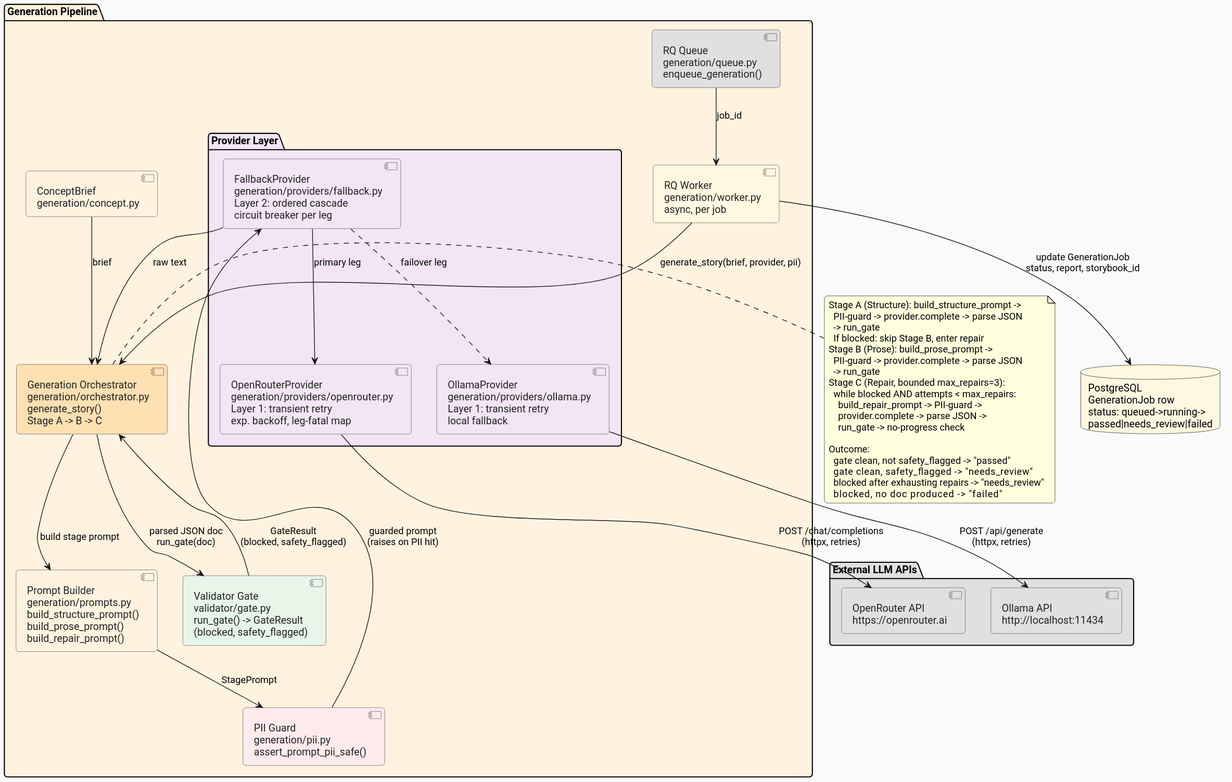
The PlantUML diagram docs/architecture/diagrams/component-generation.svg in ByronWilliamsCPA/cyo-adventure, before a commit. The source it was exported from:
```plantuml
@startuml

skinparam defaultFontName "Roboto"
skinparam backgroundColor #FAFAFA
skinparam roundCorner 8
skinparam componentStyle uml2

skinparam component {
  BorderColor #555555
  FontColor #222222
}

package "Generation Pipeline" #FFF3E0 {

  component "ConceptBrief\ngeneration/concept.py" as concept #FFF3E0

  component "PII Guard\ngeneration/pii.py\nassert_prompt_pii_safe()" as pii #FFEBEE

  component "Prompt Builder\ngeneration/prompts.py\nbuild_structure_prompt()\nbuild_prose_prompt()\nbuild_repair_prompt()" as prompts #FFF3E0

  component "Generation Orchestrator\ngeneration/orchestrator.py\ngenerate_story()\nStage A -> B -> C" as orchestrator #FFE0B2

  package "Provider Layer" #F3E5F5 {
    component "FallbackProvider\ngeneration/providers/fallback.py\nLayer 2: ordered cascade\ncircuit breaker per leg" as fallback #F3E5F5

    component "OpenRouterProvider\ngeneration/providers/openrouter.py\nLayer 1: transient retry\nexp. backoff, leg-fatal map" as openrouter #F3E5F5

    component "OllamaProvider\ngeneration/providers/ollama.py\nLayer 1: transient retry\nlocal fallback" as ollama_prov #F3E5F5
  }

  component "Validator Gate\nvalidator/gate.py\nrun_gate() -> GateResult\n(blocked, safety_flagged)" as gate #E8F5E9

  component "RQ Queue\ngeneration/queue.py\nenqueue_generation()" as queue #E0E0E0

  component "RQ Worker\ngeneration/worker.py\nasync, per job" as worker_comp #FFF8E1

}

package "External LLM APIs" #E0E0E0 {
  component "OpenRouter API\nhttps://openrouter.ai" as or_api #E0E0E0
  component "Ollama API\nhttp://localhost:11434" as ol_api #E0E0E0
}

database "PostgreSQL\nGenerationJob row\nstatus: queued->running->\npassed|needs_review|failed" as pg #FFF8E1

concept --> orchestrator : "brief"
orchestrator --> prompts : "build stage prompt"
prompts --> pii : "StagePrompt"
pii --> fallback : "guarded prompt\n(raises on PII hit)"
fallback --> openrouter : "primary leg"
fallback ..> ollama_prov : "failover leg"
openrouter --> or_api : "POST /chat/completions\n(httpx, retries)"
ollama_prov --> ol_api : "POST /api/generate\n(httpx, retries)"
fallback --> orchestrator : "raw text"
orchestrator --> gate : "parsed JSON doc\nrun_gate(doc)"
gate --> orchestrator : "GateResult\n(blocked, safety_flagged)"

note right of orchestrator
  Stage A (Structure): build_structure_prompt ->
    PII-guard -> provider.complete -> parse JSON
    -> run_gate
    If blocked: skip Stage B, enter repair
  Stage B (Prose): build_prose_prompt ->
    PII-guard -> provider.complete -> parse JSON
    -> run_gate
  Stage C (Repair, bounded max_repairs=3):
    while blocked AND attempts < max_repairs:
      build_repair_prompt -> PII-guard ->
      provider.complete -> parse JSON ->
      run_gate -> no-progress check

  Outcome:
    gate clean, not safety_flagged  -> "passed"
    gate clean, safety_flagged       -> "needs_review"
    blocked after exhausting repairs -> "needs_review"
    blocked, no doc produced         -> "failed"
end note

queue --> worker_comp : "job_id"
worker_comp --> orchestrator : "generate_story(brief, provider, pii)"
worker_comp --> pg : "update GenerationJob\nstatus, report, storybook_id"
@enduml
```
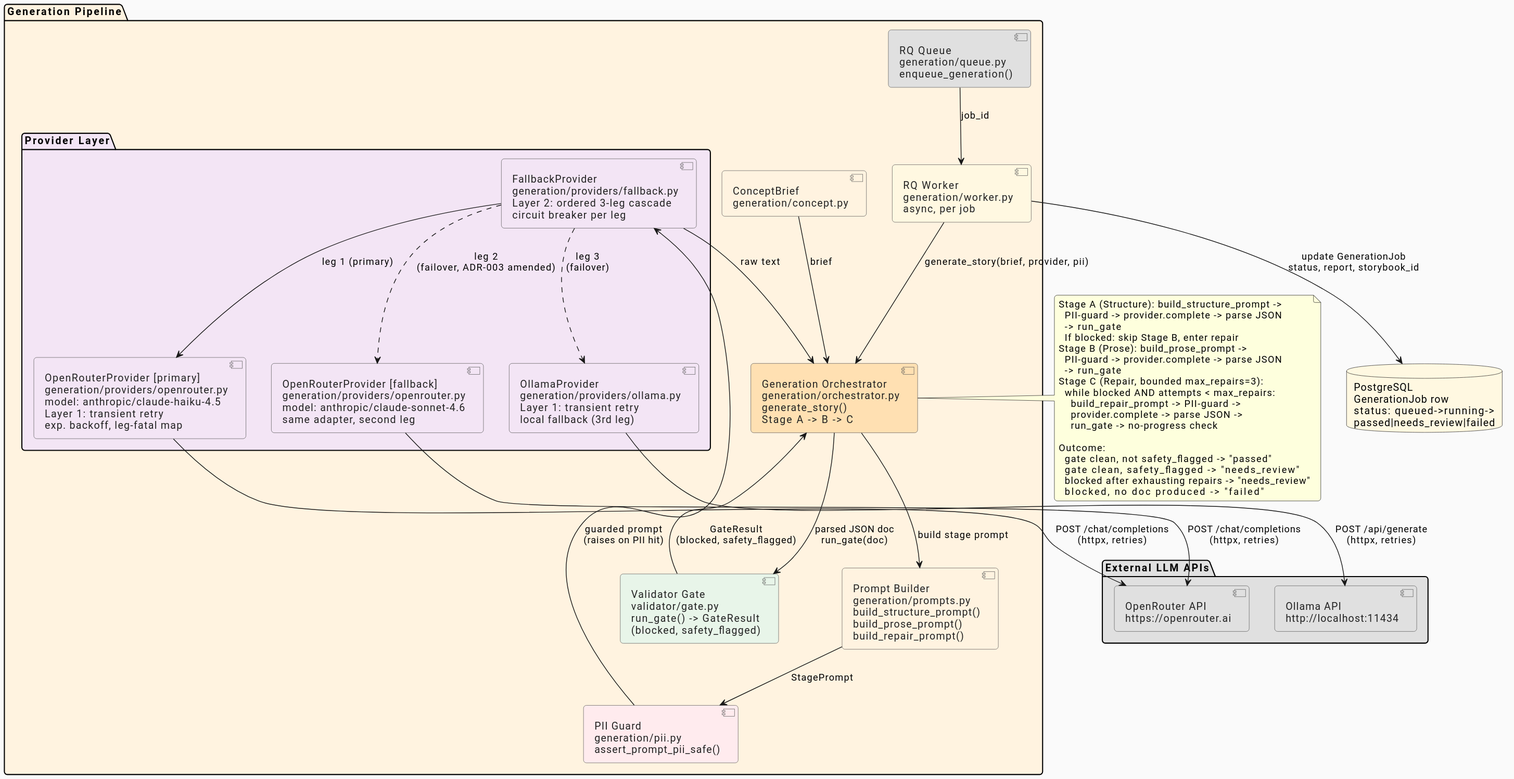
Later version of the same file.

The edit, as a diff of the source:
```diff
@@ -21,11 +21,13 @@
   component "Generation Orchestrator\ngeneration/orchestrator.py\ngenerate_story()\nStage A -> B -> C" as orchestrator #FFE0B2
 
   package "Provider Layer" #F3E5F5 {
-    component "FallbackProvider\ngeneration/providers/fallback.py\nLayer 2: ordered cascade\ncircuit breaker per leg" as fallback #F3E5F5
+    component "FallbackProvider\ngeneration/providers/fallback.py\nLayer 2: ordered 3-leg cascade\ncircuit breaker per leg" as fallback #F3E5F5
 
-    component "OpenRouterProvider\ngeneration/providers/openrouter.py\nLayer 1: transient retry\nexp. backoff, leg-fatal map" as openrouter #F3E5F5
+    component "OpenRouterProvider [primary]\ngeneration/providers/openrouter.py\nmodel: anthropic/claude-haiku-4.5\nLayer 1: transient retry\nexp. backoff, leg-fatal map" as openrouter #F3E5F5
 
-    component "OllamaProvider\ngeneration/providers/ollama.py\nLayer 1: transient retry\nlocal fallback" as ollama_prov #F3E5F5
+    component "OpenRouterProvider [fallback]\ngeneration/providers/openrouter.py\nmodel: anthropic/claude-sonnet-4.6\nsame adapter, second leg" as openrouter_fb #F3E5F5
+
+    component "OllamaProvider\ngeneration/providers/ollama.py\nLayer 1: transient retry\nlocal fallback (3rd leg)" as ollama_prov #F3E5F5
   }
 
   component "Validator Gate\nvalidator/gate.py\nrun_gate() -> GateResult\n(blocked, safety_flagged)" as gate #E8F5E9
@@ -47,9 +49,11 @@
 orchestrator --> prompts : "build stage prompt"
 prompts --> pii : "StagePrompt"
 pii --> fallback : "guarded prompt\n(raises on PII hit)"
-fallback --> openrouter : "primary leg"
-fallback ..> ollama_prov : "failover leg"
+fallback --> openrouter : "leg 1 (primary)"
+fallback ..> openrouter_fb : "leg 2\n(failover, ADR-003 amended)"
+fallback ..> ollama_prov : "leg 3\n(failover)"
 openrouter --> or_api : "POST /chat/completions\n(httpx, retries)"
+openrouter_fb --> or_api : "POST /chat/completions\n(httpx, retries)"
 ollama_prov --> ol_api : "POST /api/generate\n(httpx, retries)"
 fallback --> orchestrator : "raw text"
 orchestrator --> gate : "parsed JSON doc\nrun_gate(doc)"
```
